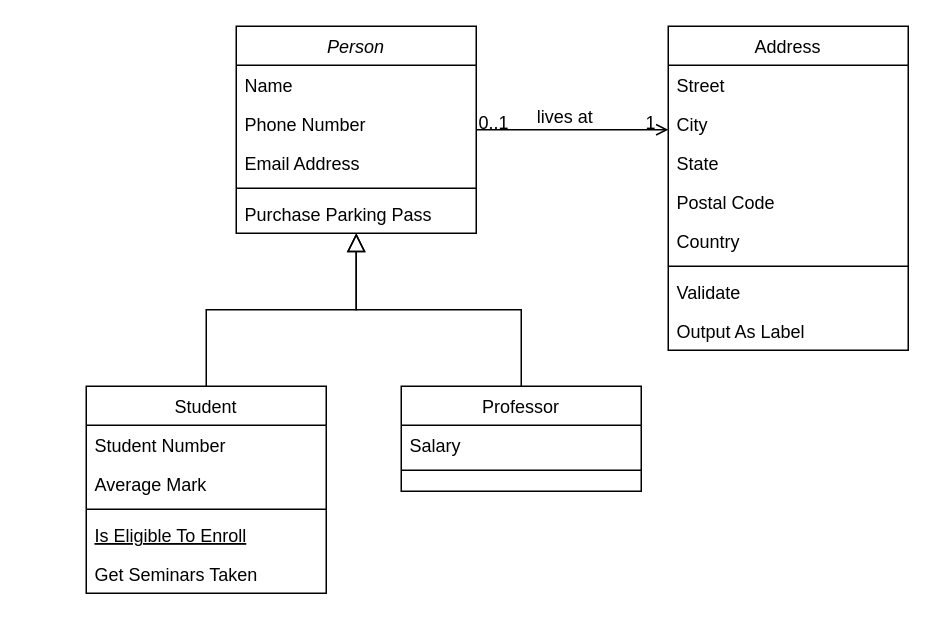
Earlier version of the draw.io diagram IntegradorPoo.drawio (lucasvela1/Proyectos-practicas). Source tidied: cells renumbered, new cells numbered last; positions are measured from the earlier drawing's top-left corner, leaving out a move shared by most shapes. Both pictures are drawn from the tidied source at 150%, with x=0, y=0 at pixel (86, 26).
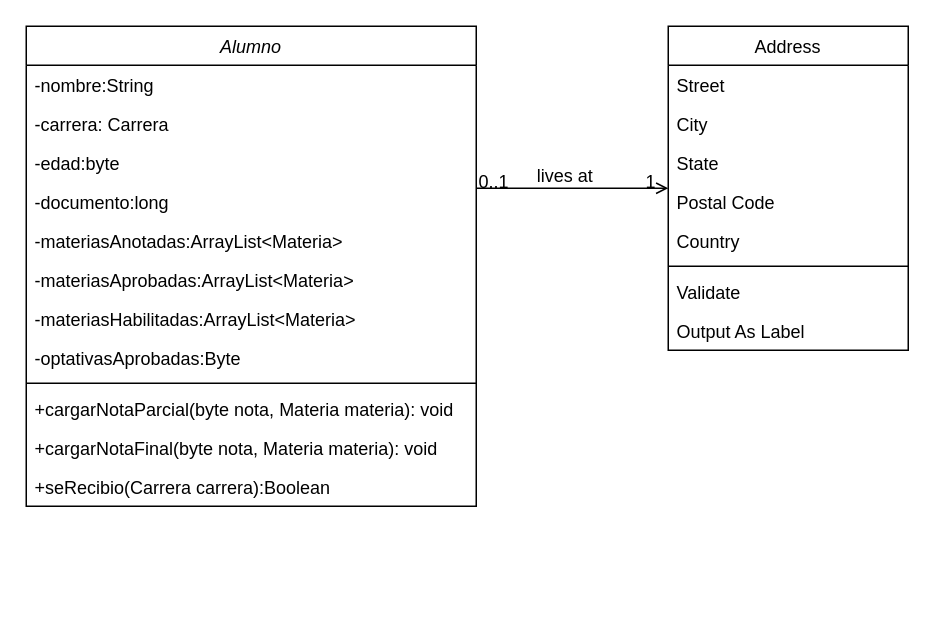
After the change.

Diff of the diagram source:
```diff
@@
-    <mxCell id="2" value="Person" style="swimlane;fontStyle=2;align=center;verticalAlign=top;horizontal=1;startSize=26;rounded=0;shadow=0;strokeWidth=1;" parent="1" vertex="1">
-      <mxGeometry x="100" width="160" height="138" as="geometry" />
+    <mxCell id="2" value="Alumno" style="swimlane;fontStyle=2;align=center;verticalAlign=top;horizontal=1;startSize=26;rounded=0;shadow=0;strokeWidth=1;" parent="1" vertex="1">
+      <mxGeometry x="-40" width="300" height="320" as="geometry" />
     </mxCell>
-    <mxCell id="3" value="Name" style="text;align=left;verticalAlign=top;spacingLeft=4;spacingRight=4;overflow=hidden;" parent="2" vertex="1">
-      <mxGeometry y="26" width="160" height="26" as="geometry" />
+    <mxCell id="3" value="-nombre:String" style="text;align=left;verticalAlign=top;spacingLeft=4;spacingRight=4;overflow=hidden;" parent="2" vertex="1">
+      <mxGeometry y="26" width="300" height="26" as="geometry" />
     </mxCell>
-    <mxCell id="4" value="Phone Number" style="text;align=left;verticalAlign=top;spacingLeft=4;spacingRight=4;overflow=hidden;rounded=0;shadow=0;html=0;" parent="2" vertex="1">
-      <mxGeometry y="52" width="160" height="26" as="geometry" />
+    <mxCell id="4" value="-carrera: Carrera" style="text;align=left;verticalAlign=top;spacingLeft=4;spacingRight=4;overflow=hidden;rounded=0;shadow=0;html=0;" parent="2" vertex="1">
+      <mxGeometry y="52" width="300" height="26" as="geometry" />
     </mxCell>
-    <mxCell id="5" value="Email Address" style="text;align=left;verticalAlign=top;spacingLeft=4;spacingRight=4;overflow=hidden;rounded=0;shadow=0;html=0;" parent="2" vertex="1">
-      <mxGeometry y="78" width="160" height="26" as="geometry" />
+    <mxCell id="5" value="-edad:byte" style="text;align=left;verticalAlign=top;spacingLeft=4;spacingRight=4;overflow=hidden;rounded=0;shadow=0;html=0;" parent="2" vertex="1">
+      <mxGeometry y="78" width="300" height="26" as="geometry" />
     </mxCell>
+    <mxCell id="32" value="-documento:long" style="text;align=left;verticalAlign=top;spacingLeft=4;spacingRight=4;overflow=hidden;rounded=0;shadow=0;html=0;" parent="2" vertex="1">
+      <mxGeometry y="104" width="300" height="26" as="geometry" />
+    </mxCell>
+    <mxCell id="33" value="-materiasAnotadas:ArrayList&lt;Materia&gt;" style="text;align=left;verticalAlign=top;spacingLeft=4;spacingRight=4;overflow=hidden;rounded=0;shadow=0;html=0;" parent="2" vertex="1">
+      <mxGeometry y="130" width="300" height="26" as="geometry" />
+    </mxCell>
+    <mxCell id="34" value="-materiasAprobadas:ArrayList&lt;Materia&gt;" style="text;align=left;verticalAlign=top;spacingLeft=4;spacingRight=4;overflow=hidden;rounded=0;shadow=0;html=0;" parent="2" vertex="1">
+      <mxGeometry y="156" width="300" height="26" as="geometry" />
+    </mxCell>
+    <mxCell id="35" value="-materiasHabilitadas:ArrayList&lt;Materia&gt;" style="text;align=left;verticalAlign=top;spacingLeft=4;spacingRight=4;overflow=hidden;rounded=0;shadow=0;html=0;" parent="2" vertex="1">
+      <mxGeometry y="182" width="300" height="26" as="geometry" />
+    </mxCell>
+    <mxCell id="36" value="-optativasAprobadas:Byte" style="text;align=left;verticalAlign=top;spacingLeft=4;spacingRight=4;overflow=hidden;rounded=0;shadow=0;html=0;" parent="2" vertex="1">
+      <mxGeometry y="208" width="300" height="26" as="geometry" />
+    </mxCell>
     <mxCell id="6" style="line;html=1;strokeWidth=1;align=left;verticalAlign=middle;spacingTop=-1;spacingLeft=3;spacingRight=3;labelPosition=right;" parent="2" vertex="1">
-      <mxGeometry y="104" width="160" height="8" as="geometry" />
+      <mxGeometry y="234" width="300" height="8" as="geometry" />
     </mxCell>
-    <mxCell id="7" value="Purchase Parking Pass" style="text;align=left;verticalAlign=top;spacingLeft=4;spacingRight=4;overflow=hidden;" parent="2" vertex="1">
-      <mxGeometry y="112" width="160" height="26" as="geometry" />
+    <mxCell id="7" value="+cargarNotaParcial(byte nota, Materia materia): void" style="text;align=left;verticalAlign=top;spacingLeft=4;spacingRight=4;overflow=hidden;" parent="2" vertex="1">
+      <mxGeometry y="242" width="300" height="26" as="geometry" />
     </mxCell>
-    <mxCell id="8" value="Student" style="swimlane;fontStyle=0;align=center;verticalAlign=top;horizontal=1;startSize=26;rounded=0;shadow=0;strokeWidth=1;" parent="1" vertex="1">
-      <mxGeometry y="240" width="160" height="138" as="geometry" />
-    </mxCell>
-    <mxCell id="9" value="Student Number" style="text;align=left;verticalAlign=top;spacingLeft=4;spacingRight=4;overflow=hidden;" parent="8" vertex="1">
-      <mxGeometry y="26" width="160" height="26" as="geometry" />
-    </mxCell>
-    <mxCell id="10" value="Average Mark" style="text;align=left;verticalAlign=top;spacingLeft=4;spacingRight=4;overflow=hidden;rounded=0;shadow=0;html=0;" parent="8" vertex="1">
-      <mxGeometry y="52" width="160" height="26" as="geometry" />
-    </mxCell>
-    <mxCell id="11" style="line;html=1;strokeWidth=1;align=left;verticalAlign=middle;spacingTop=-1;spacingLeft=3;spacingRight=3;labelPosition=right;" parent="8" vertex="1">
-      <mxGeometry y="78" width="160" height="8" as="geometry" />
-    </mxCell>
-    <mxCell id="12" value="Is Eligible To Enroll" style="text;align=left;verticalAlign=top;spacingLeft=4;spacingRight=4;overflow=hidden;fontStyle=4;" parent="8" vertex="1">
-      <mxGeometry y="86" width="160" height="26" as="geometry" />
-    </mxCell>
-    <mxCell id="13" value="Get Seminars Taken" style="text;align=left;verticalAlign=top;spacingLeft=4;spacingRight=4;overflow=hidden;" parent="8" vertex="1">
-      <mxGeometry y="112" width="160" height="26" as="geometry" />
-    </mxCell>
-    <mxCell id="14" style="endArrow=block;endSize=10;endFill=0;shadow=0;strokeWidth=1;rounded=0;curved=0;edgeStyle=elbowEdgeStyle;elbow=vertical;" parent="1" edge="1" source="8" target="2">
-      <mxGeometry relative="1" as="geometry" />
-    </mxCell>
-    <mxCell id="15" value="Professor" style="swimlane;fontStyle=0;align=center;verticalAlign=top;horizontal=1;startSize=26;rounded=0;shadow=0;strokeWidth=1;" parent="1" vertex="1">
-      <mxGeometry x="210" y="240" width="160" height="70" as="geometry" />
-    </mxCell>
-    <mxCell id="16" value="Salary" style="text;align=left;verticalAlign=top;spacingLeft=4;spacingRight=4;overflow=hidden;" parent="15" vertex="1">
-      <mxGeometry y="26" width="160" height="26" as="geometry" />
-    </mxCell>
-    <mxCell id="17" style="line;html=1;strokeWidth=1;align=left;verticalAlign=middle;spacingTop=-1;spacingLeft=3;spacingRight=3;labelPosition=right;" parent="15" vertex="1">
-      <mxGeometry y="52" width="160" height="8" as="geometry" />
-    </mxCell>
-    <mxCell id="18" style="endArrow=block;endSize=10;endFill=0;shadow=0;strokeWidth=1;rounded=0;curved=0;edgeStyle=elbowEdgeStyle;elbow=vertical;" parent="1" edge="1" source="15" target="2">
-      <mxGeometry relative="1" as="geometry" />
-    </mxCell>
+    <mxCell id="37" value="+cargarNotaFinal(byte nota, Materia materia): void" style="text;align=left;verticalAlign=top;spacingLeft=4;spacingRight=4;overflow=hidden;" parent="2" vertex="1">
+      <mxGeometry y="268" width="300" height="26" as="geometry" />
+    </mxCell>
+    <mxCell id="38" value="+seRecibio(Carrera carrera):Boolean" style="text;align=left;verticalAlign=top;spacingLeft=4;spacingRight=4;overflow=hidden;" parent="2" vertex="1">
+      <mxGeometry y="294" width="300" height="26" as="geometry" />
+    </mxCell>
```
